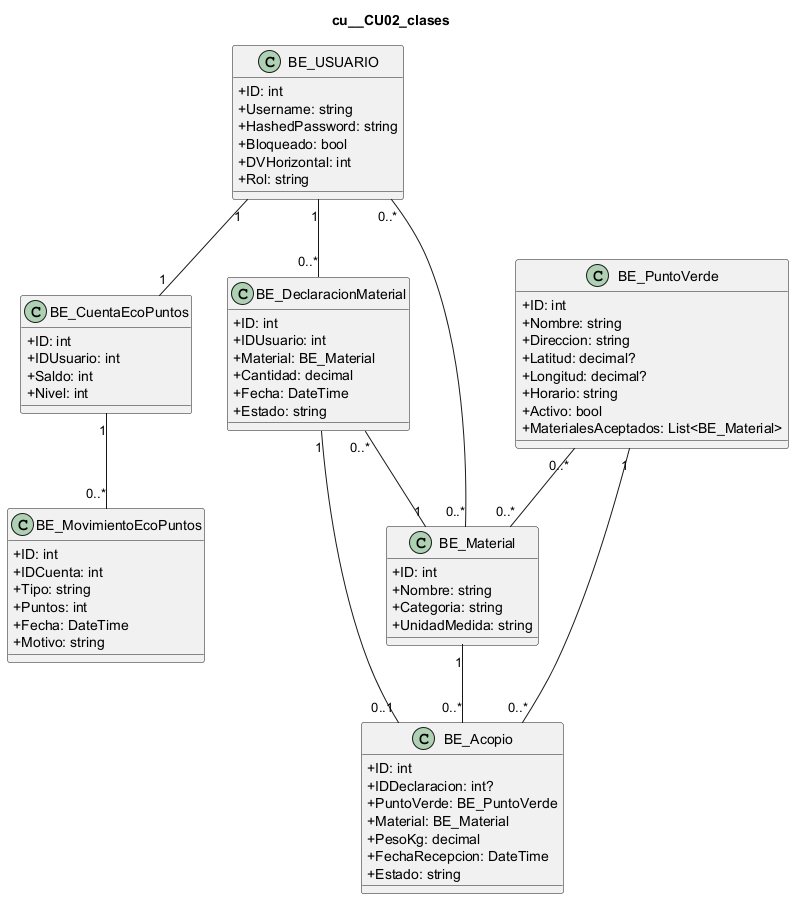
Before: docs/diagramas/uml_png/cu__CU02_clases.png, a diagram exported from PlantUML (L-Muniz/uai-diploma_2026).
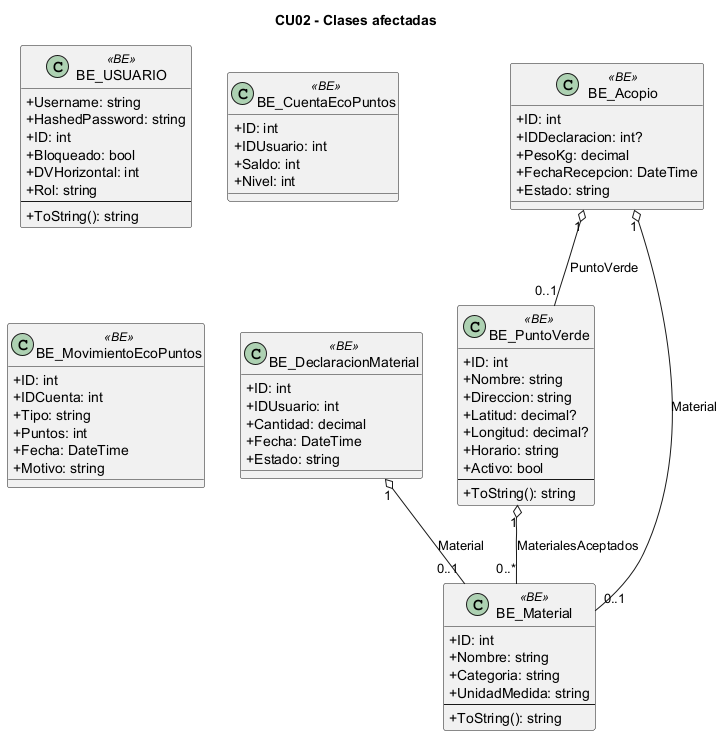
The same file after the commit.

What changed in the source:
```diff
@@ -1,32 +1,31 @@
 @startuml
 skinparam classAttributeIconSize 0
-title cu__CU02_clases
-class "BE_USUARIO" as USUARIO {
-  +ID: int
+title CU02 - Clases afectadas
+class "BE_USUARIO" as BE_USUARIO <<BE>> {
   +Username: string
   +HashedPassword: string
+  +ID: int
   +Bloqueado: bool
   +DVHorizontal: int
   +Rol: string
+  --
+  +ToString(): string
 }
-class "BE_DeclaracionMaterial" as DECLARACION {
+class "BE_DeclaracionMaterial" as BE_DeclaracionMaterial <<BE>> {
   +ID: int
   +IDUsuario: int
-  +Material: BE_Material
   +Cantidad: decimal
   +Fecha: DateTime
   +Estado: string
 }
-class "BE_Acopio" as ACOPIO {
+class "BE_Acopio" as BE_Acopio <<BE>> {
   +ID: int
   +IDDeclaracion: int?
-  +PuntoVerde: BE_PuntoVerde
-  +Material: BE_Material
   +PesoKg: decimal
   +FechaRecepcion: DateTime
   +Estado: string
 }
-class "BE_PuntoVerde" as PUNTO_VERDE {
+class "BE_PuntoVerde" as BE_PuntoVerde <<BE>> {
   +ID: int
   +Nombre: string
   +Direccion: string
@@ -34,21 +33,24 @@
   +Longitud: decimal?
   +Horario: string
   +Activo: bool
-  +MaterialesAceptados: List<BE_Material>
+  --
+  +ToString(): string
 }
-class "BE_Material" as MATERIAL {
+class "BE_Material" as BE_Material <<BE>> {
   +ID: int
   +Nombre: string
   +Categoria: string
   +UnidadMedida: string
+  --
+  +ToString(): string
 }
-class "BE_CuentaEcoPuntos" as CUENTA {
+class "BE_CuentaEcoPuntos" as BE_CuentaEcoPuntos <<BE>> {
   +ID: int
   +IDUsuario: int
   +Saldo: int
   +Nivel: int
 }
-class "BE_MovimientoEcoPuntos" as MOVIMIENTO {
+class "BE_MovimientoEcoPuntos" as BE_MovimientoEcoPuntos <<BE>> {
   +ID: int
   +IDCuenta: int
   +Tipo: string
@@ -56,13 +58,8 @@
   +Fecha: DateTime
   +Motivo: string
 }
-USUARIO "1" -- "0..*" DECLARACION
-DECLARACION "0..*" -- "1" MATERIAL
-DECLARACION "1" -- "0..1" ACOPIO
-PUNTO_VERDE "1" -- "0..*" ACOPIO
-MATERIAL "1" -- "0..*" ACOPIO
-PUNTO_VERDE "0..*" -- "0..*" MATERIAL
-USUARIO "1" -- "1" CUENTA
-CUENTA "1" -- "0..*" MOVIMIENTO
-USUARIO "0..*" -- "0..*" MATERIAL
+BE_DeclaracionMaterial "1" o-- "0..1" BE_Material : Material
+BE_Acopio "1" o-- "0..1" BE_PuntoVerde : PuntoVerde
+BE_Acopio "1" o-- "0..1" BE_Material : Material
+BE_PuntoVerde "1" o-- "0..*" BE_Material : MaterialesAceptados
 @enduml
```
